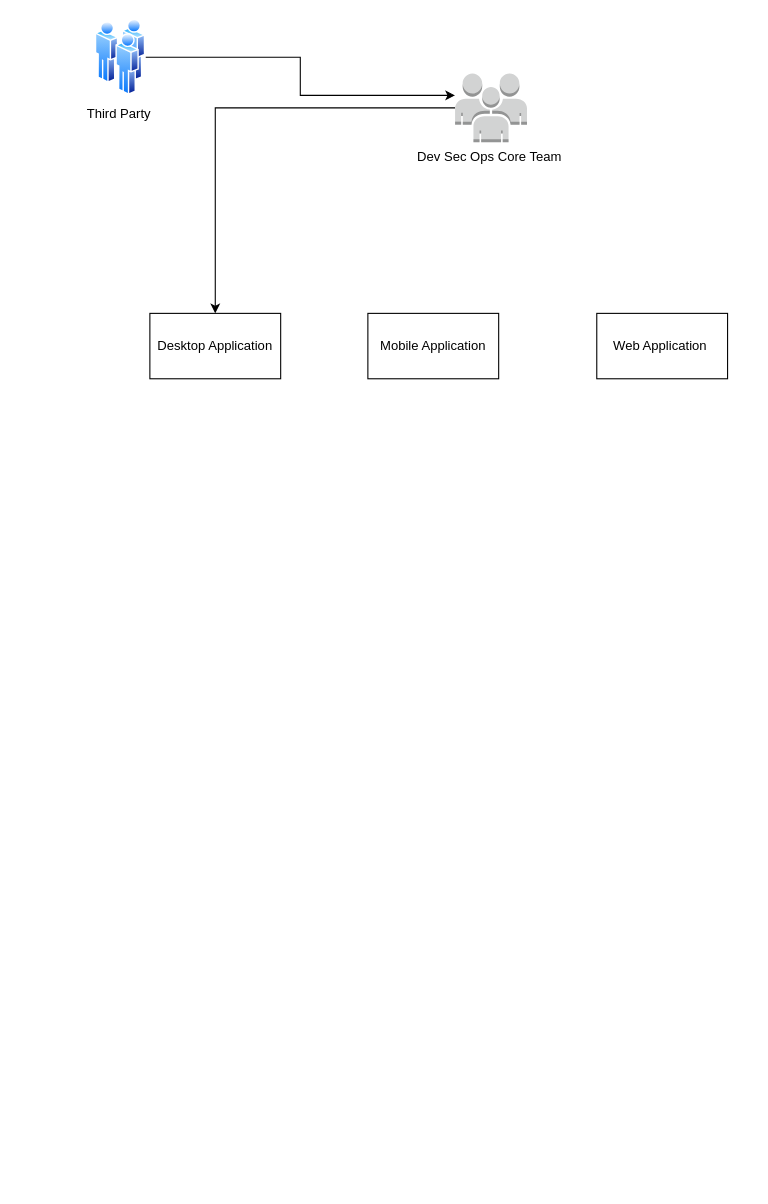
This is page "External process" (3 of 3) of icurity.drawio from tyger-rareatom/consulting-architectures, a draw.io file, before an edit. Source tidied: cells renumbered, new cells numbered last; positions are measured from the earlier drawing's top-left corner, leaving out a move shared by most shapes. Both pictures are drawn from the tidied source at 109%, with x=0, y=0 at pixel (95, 19).
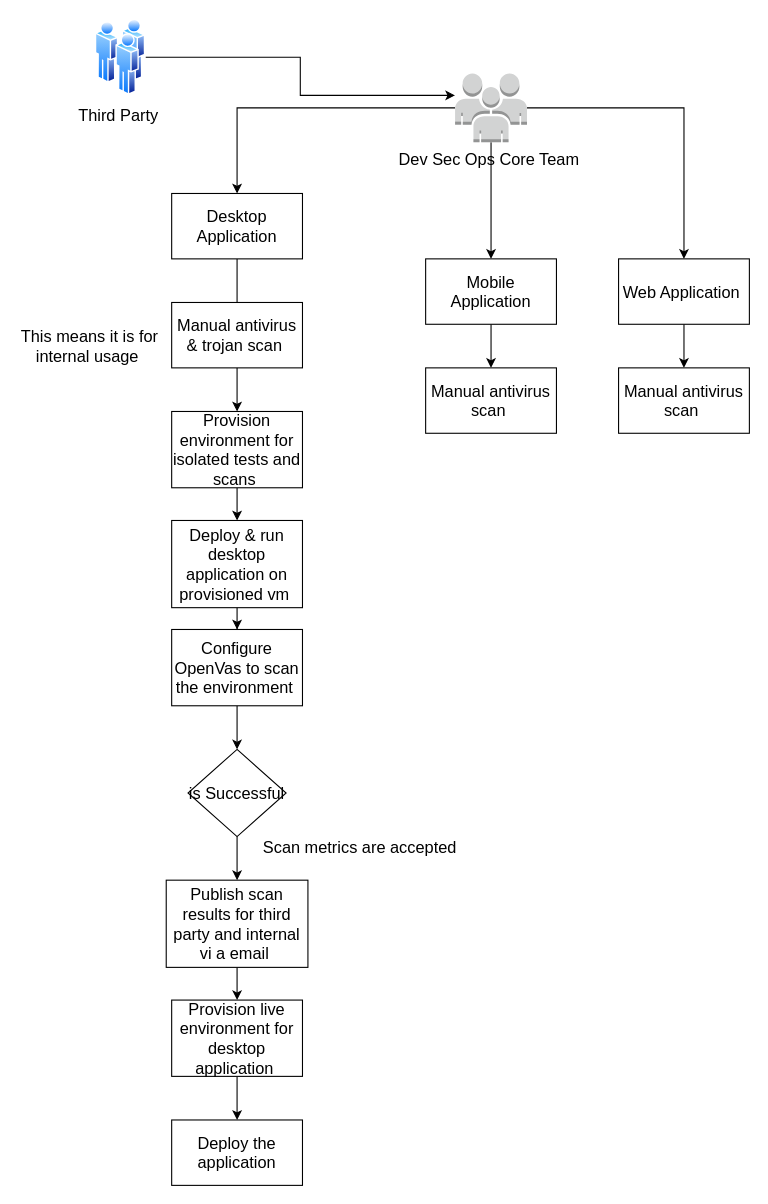
After the change.

Commit message:
optimizing the architecture

Diff of the diagram source:
```diff
@@
-    <mxCell id="2" style="edgeStyle=orthogonalEdgeStyle;rounded=0;jettySize=auto;html=1;" parent="1" edge="1" source="3" target="5">
+    <mxCell id="2" style="edgeStyle=orthogonalEdgeStyle;rounded=0;jettySize=auto;html=1;fontSize=15;" parent="1" edge="1" source="3" target="5">
       <mxGeometry relative="1" as="geometry">
         <Array as="points">
           <mxPoint x="188" y="35" />
           <mxPoint x="188" y="70" />
         </Array>
       </mxGeometry>
     </mxCell>
-    <mxCell id="3" value="Third Party&amp;nbsp;" style="perimeter=ellipsePerimeter;html=1;align=center;shadow=0;dashed=0;spacingTop=3;image;image=img/lib/active_directory/users.svg;" parent="1" vertex="1">
+    <mxCell id="3" value="Third Party&amp;nbsp;" style="perimeter=ellipsePerimeter;html=1;align=center;shadow=0;dashed=0;spacingTop=3;image;image=img/lib/active_directory/users.svg;fontSize=15;" parent="1" vertex="1">
       <mxGeometry width="46.2" height="70" as="geometry" />
     </mxCell>
-    <mxCell id="4" style="edgeStyle=orthogonalEdgeStyle;rounded=0;jettySize=auto;html=1;" parent="1" edge="1" source="5" target="6">
+    <mxCell id="4" style="edgeStyle=orthogonalEdgeStyle;rounded=0;jettySize=auto;html=1;fontSize=15;" parent="1" edge="1" source="5" target="6">
       <mxGeometry relative="1" as="geometry" />
     </mxCell>
+    <mxCell id="9" style="edgeStyle=orthogonalEdgeStyle;rounded=0;jettySize=auto;html=1;fontSize=15;" parent="1" edge="1" source="5" target="7">
+      <mxGeometry relative="1" as="geometry" />
+    </mxCell>
+    <mxCell id="10" style="edgeStyle=orthogonalEdgeStyle;rounded=0;jettySize=auto;html=1;fontSize=15;" parent="1" edge="1" source="5" target="8">
+      <mxGeometry relative="1" as="geometry" />
+    </mxCell>
-    <mxCell id="5" value="Dev Sec Ops Core Team&amp;nbsp;" style="outlineConnect=0;dashed=0;verticalLabelPosition=bottom;verticalAlign=top;align=center;html=1;shape=mxgraph.aws3.users;fillColor=#D2D3D3;gradientColor=none;" parent="1" vertex="1">
+    <mxCell id="5" value="Dev Sec Ops Core Team&amp;nbsp;" style="outlineConnect=0;dashed=0;verticalLabelPosition=bottom;verticalAlign=top;align=center;html=1;shape=mxgraph.aws3.users;fillColor=#D2D3D3;gradientColor=none;fontSize=15;" parent="1" vertex="1">
       <mxGeometry x="330" y="50" width="66" height="63" as="geometry" />
     </mxCell>
+    <mxCell id="11" style="edgeStyle=orthogonalEdgeStyle;rounded=0;jettySize=auto;html=1;fontSize=15;" parent="1" edge="1" source="6">
+      <mxGeometry relative="1" as="geometry">
+        <mxPoint x="130" y="320" as="targetPoint" />
+      </mxGeometry>
+    </mxCell>
-    <mxCell id="6" value="Desktop Application" style="rounded=0;whiteSpace=wrap;html=1;" parent="1" vertex="1">
-      <mxGeometry x="50" y="270" width="120" height="60" as="geometry" />
+    <mxCell id="6" value="Desktop Application" style="rounded=0;whiteSpace=wrap;html=1;fontSize=15;" parent="1" vertex="1">
+      <mxGeometry x="70" y="160" width="120" height="60" as="geometry" />
     </mxCell>
+    <mxCell id="12" style="edgeStyle=orthogonalEdgeStyle;rounded=0;jettySize=auto;html=1;entryX=0.5;entryY=0;entryDx=0;entryDy=0;fontSize=15;" parent="1" edge="1" source="7" target="17">
+      <mxGeometry relative="1" as="geometry" />
+    </mxCell>
-    <mxCell id="7" value="Mobile Application" style="rounded=0;whiteSpace=wrap;html=1;" parent="1" vertex="1">
-      <mxGeometry x="250" y="270" width="120" height="60" as="geometry" />
+    <mxCell id="7" value="Mobile Application" style="rounded=0;whiteSpace=wrap;html=1;fontSize=15;" parent="1" vertex="1">
+      <mxGeometry x="303" y="220" width="120" height="60" as="geometry" />
     </mxCell>
+    <mxCell id="13" style="edgeStyle=orthogonalEdgeStyle;rounded=0;jettySize=auto;html=1;fontSize=15;" parent="1" edge="1" source="8" target="18">
+      <mxGeometry relative="1" as="geometry" />
+    </mxCell>
-    <mxCell id="8" value="Web Application&amp;nbsp;" style="rounded=0;whiteSpace=wrap;html=1;" parent="1" vertex="1">
-      <mxGeometry x="460" y="270" width="120" height="60" as="geometry" />
+    <mxCell id="8" value="Web Application&amp;nbsp;" style="rounded=0;whiteSpace=wrap;html=1;fontSize=15;" parent="1" vertex="1">
+      <mxGeometry x="480" y="220" width="120" height="60" as="geometry" />
     </mxCell>
+    <mxCell id="14" value="This means it is for internal usage&amp;nbsp;&lt;br style=&quot;font-size: 15px;&quot;&gt;" style="text;html=1;strokeColor=none;fillColor=none;align=center;verticalAlign=middle;whiteSpace=wrap;rounded=0;fontSize=15;" parent="1" vertex="1">
+      <mxGeometry x="-70" y="290" width="130" height="20" as="geometry" />
+    </mxCell>
+    <mxCell id="15" style="edgeStyle=orthogonalEdgeStyle;rounded=0;jettySize=auto;html=1;fontSize=15;" parent="1" edge="1" source="16" target="20">
+      <mxGeometry relative="1" as="geometry" />
+    </mxCell>
+    <mxCell id="16" value="Manual antivirus &amp;amp; trojan scan&amp;nbsp;" style="rounded=0;whiteSpace=wrap;html=1;fontSize=15;" parent="1" vertex="1">
+      <mxGeometry x="70" y="260" width="120" height="60" as="geometry" />
+    </mxCell>
+    <mxCell id="17" value="Manual antivirus scan&amp;nbsp;" style="rounded=0;whiteSpace=wrap;html=1;fontSize=15;" parent="1" vertex="1">
+      <mxGeometry x="303" y="320" width="120" height="60" as="geometry" />
+    </mxCell>
+    <mxCell id="18" value="Manual antivirus scan&amp;nbsp;" style="rounded=0;whiteSpace=wrap;html=1;fontSize=15;" parent="1" vertex="1">
+      <mxGeometry x="480" y="320" width="120" height="60" as="geometry" />
+    </mxCell>
+    <mxCell id="19" style="edgeStyle=orthogonalEdgeStyle;rounded=0;jettySize=auto;html=1;fontSize=15;" parent="1" edge="1" source="20" target="22">
+      <mxGeometry relative="1" as="geometry" />
+    </mxCell>
+    <mxCell id="20" value="Provision environment for isolated tests and scans&amp;nbsp;" style="rounded=0;whiteSpace=wrap;html=1;fontSize=15;" parent="1" vertex="1">
+      <mxGeometry x="70" y="360" width="120" height="70" as="geometry" />
+    </mxCell>
+    <mxCell id="21" style="edgeStyle=orthogonalEdgeStyle;rounded=0;jettySize=auto;html=1;fontSize=15;" parent="1" edge="1" source="22" target="24">
+      <mxGeometry relative="1" as="geometry" />
+    </mxCell>
+    <mxCell id="22" value="Deploy &amp;amp; run desktop application on provisioned vm&amp;nbsp;" style="rounded=0;whiteSpace=wrap;html=1;fontSize=15;" parent="1" vertex="1">
+      <mxGeometry x="70" y="460" width="120" height="80" as="geometry" />
+    </mxCell>
+    <mxCell id="23" style="edgeStyle=orthogonalEdgeStyle;rounded=0;jettySize=auto;html=1;fontSize=15;" parent="1" edge="1" source="24" target="26">
+      <mxGeometry relative="1" as="geometry" />
+    </mxCell>
+    <mxCell id="24" value="Configure OpenVas to scan the environment&amp;nbsp;" style="rounded=0;whiteSpace=wrap;html=1;fontSize=15;" parent="1" vertex="1">
+      <mxGeometry x="70" y="560" width="120" height="70" as="geometry" />
+    </mxCell>
+    <mxCell id="25" style="edgeStyle=orthogonalEdgeStyle;rounded=0;jettySize=auto;html=1;fontSize=15;" parent="1" edge="1" source="26" target="28">
+      <mxGeometry relative="1" as="geometry" />
+    </mxCell>
+    <mxCell id="26" value="is Successful" style="rhombus;whiteSpace=wrap;html=1;fontSize=15;" parent="1" vertex="1">
+      <mxGeometry x="85" y="670" width="90" height="80" as="geometry" />
+    </mxCell>
+    <mxCell id="27" style="edgeStyle=orthogonalEdgeStyle;rounded=0;jettySize=auto;html=1;entryX=0.5;entryY=0;entryDx=0;entryDy=0;fontSize=15;" parent="1" edge="1" source="28" target="31">
+      <mxGeometry relative="1" as="geometry" />
+    </mxCell>
+    <mxCell id="28" value="Publish scan results for third party and internal vi a email&amp;nbsp;" style="rounded=0;whiteSpace=wrap;html=1;fontSize=15;" parent="1" vertex="1">
+      <mxGeometry x="65" y="790" width="130" height="80" as="geometry" />
+    </mxCell>
+    <mxCell id="29" value="Scan metrics are accepted&amp;nbsp;" style="text;html=1;strokeColor=none;fillColor=none;align=center;verticalAlign=middle;whiteSpace=wrap;rounded=0;fontSize=15;" parent="1" vertex="1">
+      <mxGeometry x="150" y="740" width="190" height="40" as="geometry" />
+    </mxCell>
+    <mxCell id="30" style="edgeStyle=orthogonalEdgeStyle;rounded=0;jettySize=auto;html=1;fontSize=15;" parent="1" edge="1" source="31" target="32">
+      <mxGeometry relative="1" as="geometry" />
+    </mxCell>
+    <mxCell id="31" value="Provision live environment for desktop application&amp;nbsp;" style="rounded=0;whiteSpace=wrap;html=1;fontSize=15;" parent="1" vertex="1">
+      <mxGeometry x="70" y="900" width="120" height="70" as="geometry" />
+    </mxCell>
+    <mxCell id="32" value="Deploy the application" style="rounded=0;whiteSpace=wrap;html=1;fontSize=15;" parent="1" vertex="1">
+      <mxGeometry x="70" y="1010" width="120" height="60" as="geometry" />
+    </mxCell>
```
